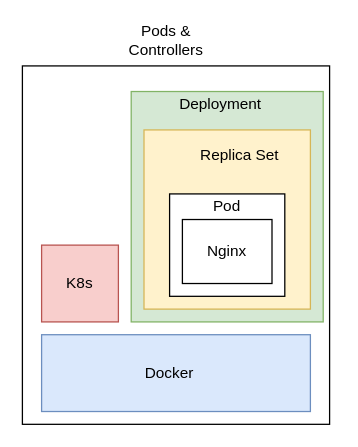
arjun289/CodeBinge keeps this draw.io diagram as draw_image/pods.drawio. Above is the earlier version. Source tidied: cells renumbered, new cells numbered last; positions are measured from the earlier drawing's top-left corner, leaving out a move shared by most shapes. Both pictures are drawn from the tidied source at 128%, with x=0, y=0 at pixel (22, 27).
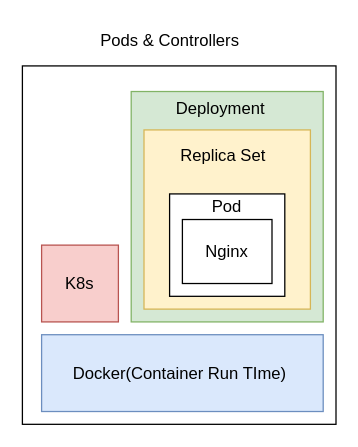
The same diagram, later.

The edit, as a diff of the source:
```diff
@@
 <mxGraphModel>
   <root>
     <mxCell id="0" />
     <mxCell id="1" parent="0" />
-    <mxCell id="2" style="rounded=0;whiteSpace=wrap;html=1;" parent="1" vertex="1">
-      <mxGeometry y="30" width="240" height="280" as="geometry" />
+    <mxCell id="2" style="rounded=0;whiteSpace=wrap;html=1;fontSize=13;" parent="1" vertex="1">
+      <mxGeometry y="30" width="245" height="280" as="geometry" />
     </mxCell>
-    <mxCell id="3" style="rounded=0;whiteSpace=wrap;html=1;fillColor=#d5e8d4;strokeColor=#82b366;" parent="1" vertex="1">
+    <mxCell id="3" style="rounded=0;whiteSpace=wrap;html=1;fillColor=#d5e8d4;strokeColor=#82b366;fontSize=13;" parent="1" vertex="1">
       <mxGeometry x="85" y="50" width="150" height="180" as="geometry" />
     </mxCell>
-    <mxCell id="4" style="rounded=0;whiteSpace=wrap;html=1;fillColor=#fff2cc;strokeColor=#d6b656;" parent="1" vertex="1">
+    <mxCell id="4" style="rounded=0;whiteSpace=wrap;html=1;fillColor=#fff2cc;strokeColor=#d6b656;fontSize=13;" parent="1" vertex="1">
       <mxGeometry x="95" y="80" width="130" height="140" as="geometry" />
     </mxCell>
-    <mxCell id="5" style="rounded=0;whiteSpace=wrap;html=1;fillColor=#dae8fc;strokeColor=#6c8ebf;" parent="1" vertex="1">
-      <mxGeometry x="15" y="240" width="210" height="60" as="geometry" />
+    <mxCell id="5" style="rounded=0;whiteSpace=wrap;html=1;fillColor=#dae8fc;strokeColor=#6c8ebf;fontSize=13;" parent="1" vertex="1">
+      <mxGeometry x="15" y="240" width="220" height="60" as="geometry" />
     </mxCell>
-    <mxCell id="6" value="Docker" style="text;html=1;strokeColor=none;fillColor=none;align=center;verticalAlign=middle;whiteSpace=wrap;rounded=0;" parent="1" vertex="1">
-      <mxGeometry x="95" y="260" width="40" height="20" as="geometry" />
+    <mxCell id="6" value="Docker(Container Run TIme)&amp;nbsp;" style="text;html=1;strokeColor=none;fillColor=none;align=center;verticalAlign=middle;whiteSpace=wrap;rounded=0;fontSize=13;" parent="1" vertex="1">
+      <mxGeometry x="35" y="260" width="180" height="20" as="geometry" />
     </mxCell>
-    <mxCell id="7" value="K8s" style="rounded=0;whiteSpace=wrap;html=1;fillColor=#f8cecc;strokeColor=#b85450;" parent="1" vertex="1">
+    <mxCell id="7" value="K8s" style="rounded=0;whiteSpace=wrap;html=1;fillColor=#f8cecc;strokeColor=#b85450;fontSize=13;" parent="1" vertex="1">
       <mxGeometry x="15" y="170" width="60" height="60" as="geometry" />
     </mxCell>
-    <mxCell id="8" style="rounded=0;whiteSpace=wrap;html=1;" parent="1" vertex="1">
+    <mxCell id="8" style="rounded=0;whiteSpace=wrap;html=1;fontSize=13;" parent="1" vertex="1">
       <mxGeometry x="115" y="130" width="90" height="80" as="geometry" />
     </mxCell>
-    <mxCell id="9" value="Deployment" style="text;html=1;strokeColor=none;fillColor=none;align=center;verticalAlign=middle;whiteSpace=wrap;rounded=0;" parent="1" vertex="1">
-      <mxGeometry x="135" y="50" width="40" height="20" as="geometry" />
+    <mxCell id="9" value="Deployment" style="text;html=1;strokeColor=none;fillColor=none;align=center;verticalAlign=middle;whiteSpace=wrap;rounded=0;fontSize=13;" parent="1" vertex="1">
+      <mxGeometry x="135" y="53" width="40" height="20" as="geometry" />
     </mxCell>
-    <mxCell id="10" value="Pod" style="text;html=1;strokeColor=none;fillColor=none;align=center;verticalAlign=middle;whiteSpace=wrap;rounded=0;" parent="1" vertex="1">
+    <mxCell id="10" value="Pod" style="text;html=1;strokeColor=none;fillColor=none;align=center;verticalAlign=middle;whiteSpace=wrap;rounded=0;fontSize=13;" parent="1" vertex="1">
       <mxGeometry x="140" y="130" width="40" height="20" as="geometry" />
     </mxCell>
-    <mxCell id="11" style="rounded=0;whiteSpace=wrap;html=1;" parent="1" vertex="1">
+    <mxCell id="11" style="rounded=0;whiteSpace=wrap;html=1;fontSize=13;" parent="1" vertex="1">
       <mxGeometry x="125" y="150" width="70" height="50" as="geometry" />
     </mxCell>
-    <mxCell id="12" value="Nginx" style="text;html=1;strokeColor=none;fillColor=none;align=center;verticalAlign=middle;whiteSpace=wrap;rounded=0;" parent="1" vertex="1">
+    <mxCell id="12" value="Nginx" style="text;html=1;strokeColor=none;fillColor=none;align=center;verticalAlign=middle;whiteSpace=wrap;rounded=0;fontSize=13;" parent="1" vertex="1">
       <mxGeometry x="140" y="165" width="40" height="20" as="geometry" />
     </mxCell>
-    <mxCell id="13" value="Pods &amp;amp; Controllers" style="text;html=1;strokeColor=none;fillColor=none;align=center;verticalAlign=middle;whiteSpace=wrap;rounded=0;" parent="1" vertex="1">
-      <mxGeometry x="80" width="65" height="20" as="geometry" />
+    <mxCell id="13" value="Pods &amp;amp; Controllers" style="text;html=1;strokeColor=none;fillColor=none;align=center;verticalAlign=middle;whiteSpace=wrap;rounded=0;fontSize=13;" parent="1" vertex="1">
+      <mxGeometry x="47.5" width="135" height="20" as="geometry" />
     </mxCell>
-    <mxCell id="14" value="Replica Set" style="text;html=1;strokeColor=none;fillColor=none;align=center;verticalAlign=middle;whiteSpace=wrap;rounded=0;" parent="1" vertex="1">
-      <mxGeometry x="135" y="90" width="70" height="20" as="geometry" />
+    <mxCell id="14" value="Replica Set" style="text;html=1;strokeColor=none;fillColor=none;align=center;verticalAlign=middle;whiteSpace=wrap;rounded=0;fontSize=13;" parent="1" vertex="1">
+      <mxGeometry x="122" y="90" width="70" height="20" as="geometry" />
     </mxCell>
   </root>
 </mxGraphModel>
```
